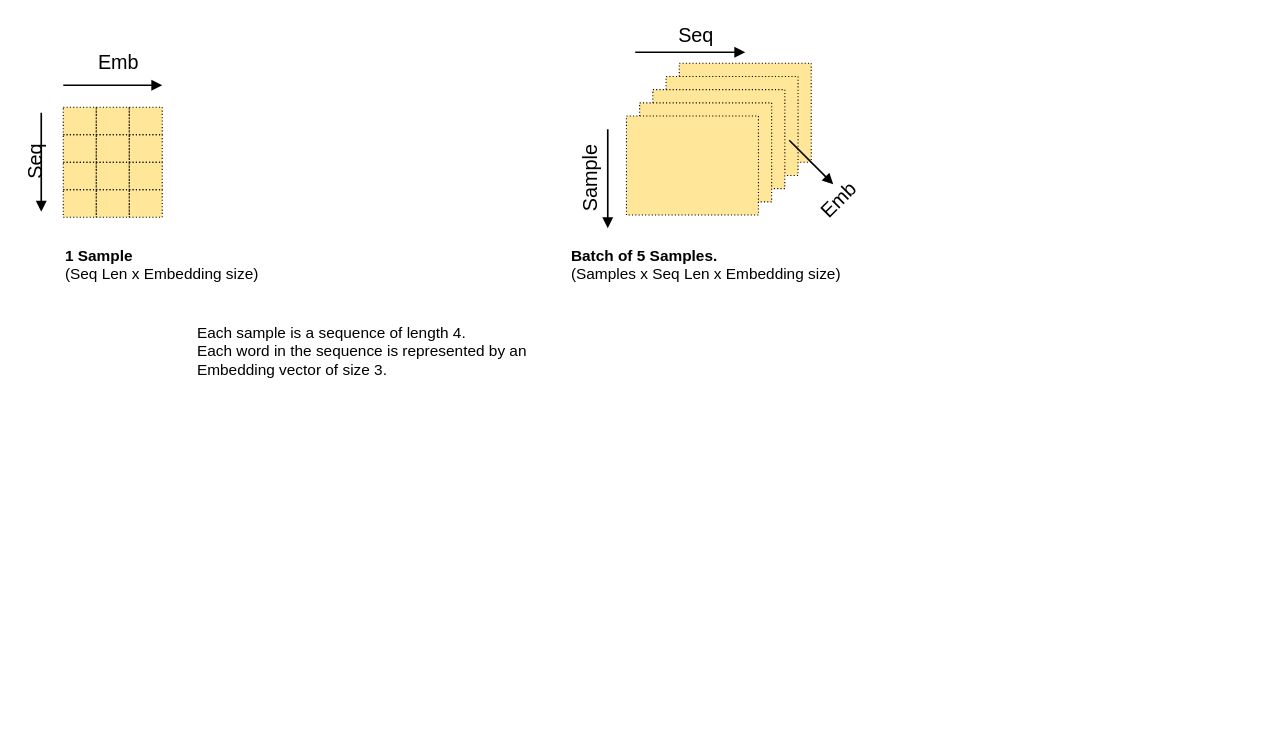
Earlier version of the draw.io diagram page "第 2 页" (2 of 3) of 未命名绘图.drawio (Zuofan/lean-readings). Source tidied: cells renumbered, new cells numbered last; positions are measured from the earlier drawing's top-left corner, leaving out a move shared by most shapes. Both pictures are drawn from the tidied source at 110%, with x=0, y=0 at pixel (8, 19).
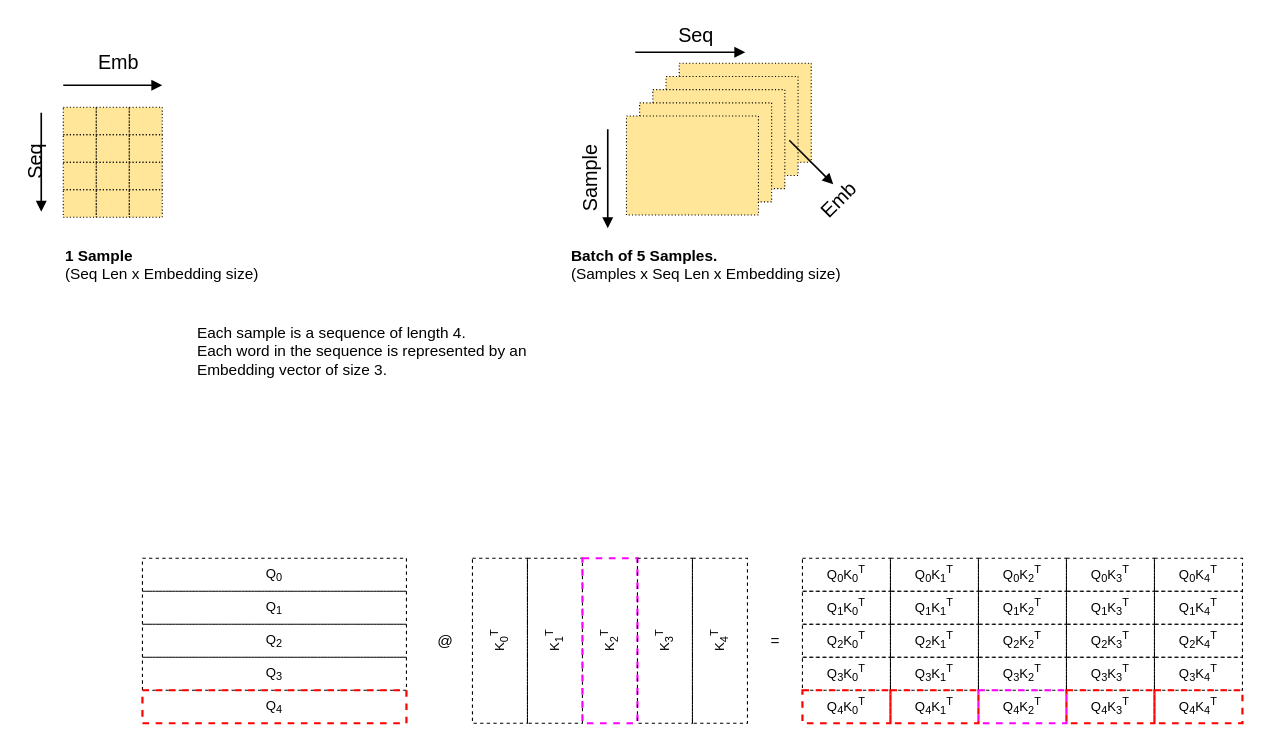
The same diagram, later.

Change to the diagram source:
```diff
@@
+    <mxCell id="33" value="Q&lt;sub&gt;0&lt;/sub&gt;" style="rounded=0;whiteSpace=wrap;html=1;dashed=1;fillColor=none;strokeColor=#000000;fontSize=12;" parent="1" vertex="1">
+      <mxGeometry x="122" y="490" width="240" height="30" as="geometry" />
+    </mxCell>
+    <mxCell id="34" value="Q&lt;sub&gt;1&lt;/sub&gt;" style="rounded=0;whiteSpace=wrap;html=1;dashed=1;fillColor=none;strokeColor=#000000;fontSize=12;" parent="1" vertex="1">
+      <mxGeometry x="122" y="520" width="240" height="30" as="geometry" />
+    </mxCell>
+    <mxCell id="35" value="Q&lt;sub&gt;2&lt;/sub&gt;" style="rounded=0;whiteSpace=wrap;html=1;dashed=1;fillColor=none;strokeColor=#000000;fontSize=12;" parent="1" vertex="1">
+      <mxGeometry x="122" y="550" width="240" height="30" as="geometry" />
+    </mxCell>
+    <mxCell id="36" value="Q&lt;sub&gt;3&lt;/sub&gt;" style="rounded=0;whiteSpace=wrap;html=1;dashed=1;fillColor=none;strokeColor=#000000;fontSize=12;" parent="1" vertex="1">
+      <mxGeometry x="122" y="580" width="240" height="30" as="geometry" />
+    </mxCell>
+    <mxCell id="37" value="Q&lt;sub&gt;4&lt;/sub&gt;" style="rounded=0;whiteSpace=wrap;html=1;dashed=1;fillColor=none;strokeColor=#FF0000;strokeWidth=2;fontSize=12;" parent="1" vertex="1">
+      <mxGeometry x="122" y="610" width="240" height="30" as="geometry" />
+    </mxCell>
+    <mxCell id="38" value="@" style="text;html=1;align=center;verticalAlign=middle;fontSize=14;" parent="1" vertex="1">
+      <mxGeometry x="382" y="550" width="30" height="30" as="geometry" />
+    </mxCell>
+    <mxCell id="39" value="K&lt;sub&gt;0&lt;/sub&gt;&lt;sup&gt;T&lt;/sup&gt;" style="rounded=0;whiteSpace=wrap;html=1;dashed=1;fillColor=none;strokeColor=#000000;fontSize=12;horizontal=0;" parent="1" vertex="1">
+      <mxGeometry x="422" y="490" width="50" height="150" as="geometry" />
+    </mxCell>
+    <mxCell id="40" value="K&lt;sub&gt;1&lt;/sub&gt;&lt;sup&gt;T&lt;/sup&gt;" style="rounded=0;whiteSpace=wrap;html=1;dashed=1;fillColor=none;strokeColor=#000000;fontSize=12;horizontal=0;" parent="1" vertex="1">
+      <mxGeometry x="472" y="490" width="50" height="150" as="geometry" />
+    </mxCell>
+    <mxCell id="41" value="K&lt;sub&gt;2&lt;/sub&gt;&lt;sup&gt;T&lt;/sup&gt;" style="rounded=0;whiteSpace=wrap;html=1;dashed=1;fillColor=none;strokeColor=#FF00FF;strokeWidth=2;fontSize=12;horizontal=0;" parent="1" vertex="1">
+      <mxGeometry x="522" y="490" width="50" height="150" as="geometry" />
+    </mxCell>
+    <mxCell id="42" value="K&lt;sub&gt;3&lt;/sub&gt;&lt;sup&gt;T&lt;/sup&gt;" style="rounded=0;whiteSpace=wrap;html=1;dashed=1;fillColor=none;strokeColor=#000000;fontSize=12;horizontal=0;" parent="1" vertex="1">
+      <mxGeometry x="572" y="490" width="50" height="150" as="geometry" />
+    </mxCell>
+    <mxCell id="43" value="K&lt;sub&gt;4&lt;/sub&gt;&lt;sup&gt;T&lt;/sup&gt;" style="rounded=0;whiteSpace=wrap;html=1;dashed=1;fillColor=none;strokeColor=#000000;fontSize=12;horizontal=0;" parent="1" vertex="1">
+      <mxGeometry x="622" y="490" width="50" height="150" as="geometry" />
+    </mxCell>
+    <mxCell id="44" value="=" style="text;html=1;align=center;verticalAlign=middle;fontSize=14;" parent="1" vertex="1">
+      <mxGeometry x="682" y="550" width="30" height="30" as="geometry" />
+    </mxCell>
+    <mxCell id="45" value="Q&lt;sub&gt;0&lt;/sub&gt;K&lt;sub&gt;0&lt;/sub&gt;&lt;sup&gt;T&lt;/sup&gt;" style="rounded=0;whiteSpace=wrap;html=1;dashed=1;fillColor=none;strokeColor=#000000;fontSize=12;" parent="1" vertex="1">
+      <mxGeometry x="722" y="490" width="80" height="30" as="geometry" />
+    </mxCell>
+    <mxCell id="46" value="Q&lt;sub&gt;0&lt;/sub&gt;K&lt;sub&gt;1&lt;/sub&gt;&lt;sup&gt;T&lt;/sup&gt;" style="rounded=0;whiteSpace=wrap;html=1;dashed=1;fillColor=none;strokeColor=#000000;fontSize=12;" parent="1" vertex="1">
+      <mxGeometry x="802" y="490" width="80" height="30" as="geometry" />
+    </mxCell>
+    <mxCell id="47" value="Q&lt;sub&gt;0&lt;/sub&gt;K&lt;sub&gt;2&lt;/sub&gt;&lt;sup&gt;T&lt;/sup&gt;" style="rounded=0;whiteSpace=wrap;html=1;dashed=1;fillColor=none;strokeColor=#000000;fontSize=12;" parent="1" vertex="1">
+      <mxGeometry x="882" y="490" width="80" height="30" as="geometry" />
+    </mxCell>
+    <mxCell id="48" value="Q&lt;sub&gt;0&lt;/sub&gt;K&lt;sub&gt;3&lt;/sub&gt;&lt;sup&gt;T&lt;/sup&gt;" style="rounded=0;whiteSpace=wrap;html=1;dashed=1;fillColor=none;strokeColor=#000000;fontSize=12;" parent="1" vertex="1">
+      <mxGeometry x="962" y="490" width="80" height="30" as="geometry" />
+    </mxCell>
+    <mxCell id="49" value="Q&lt;sub&gt;0&lt;/sub&gt;K&lt;sub&gt;4&lt;/sub&gt;&lt;sup&gt;T&lt;/sup&gt;" style="rounded=0;whiteSpace=wrap;html=1;dashed=1;fillColor=none;strokeColor=#000000;fontSize=12;" parent="1" vertex="1">
+      <mxGeometry x="1042" y="490" width="80" height="30" as="geometry" />
+    </mxCell>
+    <mxCell id="50" value="Q&lt;sub&gt;1&lt;/sub&gt;K&lt;sub&gt;0&lt;/sub&gt;&lt;sup&gt;T&lt;/sup&gt;" style="rounded=0;whiteSpace=wrap;html=1;dashed=1;fillColor=none;strokeColor=#000000;fontSize=12;" parent="1" vertex="1">
+      <mxGeometry x="722" y="520" width="80" height="30" as="geometry" />
+    </mxCell>
+    <mxCell id="51" value="Q&lt;sub&gt;1&lt;/sub&gt;K&lt;sub&gt;1&lt;/sub&gt;&lt;sup&gt;T&lt;/sup&gt;" style="rounded=0;whiteSpace=wrap;html=1;dashed=1;fillColor=none;strokeColor=#000000;fontSize=12;" parent="1" vertex="1">
+      <mxGeometry x="802" y="520" width="80" height="30" as="geometry" />
+    </mxCell>
+    <mxCell id="52" value="Q&lt;sub&gt;1&lt;/sub&gt;K&lt;sub&gt;2&lt;/sub&gt;&lt;sup&gt;T&lt;/sup&gt;" style="rounded=0;whiteSpace=wrap;html=1;dashed=1;fillColor=none;strokeColor=#000000;fontSize=12;" parent="1" vertex="1">
+      <mxGeometry x="882" y="520" width="80" height="30" as="geometry" />
+    </mxCell>
+    <mxCell id="53" value="Q&lt;sub&gt;1&lt;/sub&gt;K&lt;sub&gt;3&lt;/sub&gt;&lt;sup&gt;T&lt;/sup&gt;" style="rounded=0;whiteSpace=wrap;html=1;dashed=1;fillColor=none;strokeColor=#000000;fontSize=12;" parent="1" vertex="1">
+      <mxGeometry x="962" y="520" width="80" height="30" as="geometry" />
+    </mxCell>
+    <mxCell id="54" value="Q&lt;sub&gt;1&lt;/sub&gt;K&lt;sub&gt;4&lt;/sub&gt;&lt;sup&gt;T&lt;/sup&gt;" style="rounded=0;whiteSpace=wrap;html=1;dashed=1;fillColor=none;strokeColor=#000000;fontSize=12;" parent="1" vertex="1">
+      <mxGeometry x="1042" y="520" width="80" height="30" as="geometry" />
+    </mxCell>
+    <mxCell id="55" value="Q&lt;sub&gt;2&lt;/sub&gt;K&lt;sub&gt;0&lt;/sub&gt;&lt;sup&gt;T&lt;/sup&gt;" style="rounded=0;whiteSpace=wrap;html=1;dashed=1;fillColor=none;strokeColor=#000000;fontSize=12;" parent="1" vertex="1">
+      <mxGeometry x="722" y="550" width="80" height="30" as="geometry" />
+    </mxCell>
+    <mxCell id="56" value="Q&lt;sub&gt;2&lt;/sub&gt;K&lt;sub&gt;1&lt;/sub&gt;&lt;sup&gt;T&lt;/sup&gt;" style="rounded=0;whiteSpace=wrap;html=1;dashed=1;fillColor=none;strokeColor=#000000;fontSize=12;" parent="1" vertex="1">
+      <mxGeometry x="802" y="550" width="80" height="30" as="geometry" />
+    </mxCell>
+    <mxCell id="57" value="Q&lt;sub&gt;2&lt;/sub&gt;K&lt;sub&gt;2&lt;/sub&gt;&lt;sup&gt;T&lt;/sup&gt;" style="rounded=0;whiteSpace=wrap;html=1;dashed=1;fillColor=none;strokeColor=#000000;fontSize=12;" parent="1" vertex="1">
+      <mxGeometry x="882" y="550" width="80" height="30" as="geometry" />
+    </mxCell>
+    <mxCell id="58" value="Q&lt;sub&gt;2&lt;/sub&gt;K&lt;sub&gt;3&lt;/sub&gt;&lt;sup&gt;T&lt;/sup&gt;" style="rounded=0;whiteSpace=wrap;html=1;dashed=1;fillColor=none;strokeColor=#000000;fontSize=12;" parent="1" vertex="1">
+      <mxGeometry x="962" y="550" width="80" height="30" as="geometry" />
+    </mxCell>
+    <mxCell id="59" value="Q&lt;sub&gt;2&lt;/sub&gt;K&lt;sub&gt;4&lt;/sub&gt;&lt;sup&gt;T&lt;/sup&gt;" style="rounded=0;whiteSpace=wrap;html=1;dashed=1;fillColor=none;strokeColor=#000000;fontSize=12;" parent="1" vertex="1">
+      <mxGeometry x="1042" y="550" width="80" height="30" as="geometry" />
+    </mxCell>
+    <mxCell id="60" value="Q&lt;sub&gt;3&lt;/sub&gt;K&lt;sub&gt;0&lt;/sub&gt;&lt;sup&gt;T&lt;/sup&gt;" style="rounded=0;whiteSpace=wrap;html=1;dashed=1;fillColor=none;strokeColor=#000000;fontSize=12;" parent="1" vertex="1">
+      <mxGeometry x="722" y="580" width="80" height="30" as="geometry" />
+    </mxCell>
+    <mxCell id="61" value="Q&lt;sub&gt;3&lt;/sub&gt;K&lt;sub&gt;1&lt;/sub&gt;&lt;sup&gt;T&lt;/sup&gt;" style="rounded=0;whiteSpace=wrap;html=1;dashed=1;fillColor=none;strokeColor=#000000;fontSize=12;" parent="1" vertex="1">
+      <mxGeometry x="802" y="580" width="80" height="30" as="geometry" />
+    </mxCell>
+    <mxCell id="62" value="Q&lt;sub&gt;3&lt;/sub&gt;K&lt;sub&gt;2&lt;/sub&gt;&lt;sup&gt;T&lt;/sup&gt;" style="rounded=0;whiteSpace=wrap;html=1;dashed=1;fillColor=none;strokeColor=#000000;fontSize=12;" parent="1" vertex="1">
+      <mxGeometry x="882" y="580" width="80" height="30" as="geometry" />
+    </mxCell>
+    <mxCell id="63" value="Q&lt;sub&gt;3&lt;/sub&gt;K&lt;sub&gt;3&lt;/sub&gt;&lt;sup&gt;T&lt;/sup&gt;" style="rounded=0;whiteSpace=wrap;html=1;dashed=1;fillColor=none;strokeColor=#000000;fontSize=12;" parent="1" vertex="1">
+      <mxGeometry x="962" y="580" width="80" height="30" as="geometry" />
+    </mxCell>
+    <mxCell id="64" value="Q&lt;sub&gt;3&lt;/sub&gt;K&lt;sub&gt;4&lt;/sub&gt;&lt;sup&gt;T&lt;/sup&gt;" style="rounded=0;whiteSpace=wrap;html=1;dashed=1;fillColor=none;strokeColor=#000000;fontSize=12;" parent="1" vertex="1">
+      <mxGeometry x="1042" y="580" width="80" height="30" as="geometry" />
+    </mxCell>
+    <mxCell id="65" value="Q&lt;sub&gt;4&lt;/sub&gt;K&lt;sub&gt;0&lt;/sub&gt;&lt;sup&gt;T&lt;/sup&gt;" style="rounded=0;whiteSpace=wrap;html=1;dashed=1;fillColor=none;strokeColor=#FF0000;strokeWidth=2;fontSize=12;" parent="1" vertex="1">
+      <mxGeometry x="722" y="610" width="80" height="30" as="geometry" />
+    </mxCell>
+    <mxCell id="66" value="Q&lt;sub&gt;4&lt;/sub&gt;K&lt;sub&gt;1&lt;/sub&gt;&lt;sup&gt;T&lt;/sup&gt;" style="rounded=0;whiteSpace=wrap;html=1;dashed=1;fillColor=none;strokeColor=#FF0000;strokeWidth=2;fontSize=12;" parent="1" vertex="1">
+      <mxGeometry x="802" y="610" width="80" height="30" as="geometry" />
+    </mxCell>
+    <mxCell id="67" value="Q&lt;sub&gt;4&lt;/sub&gt;K&lt;sub&gt;2&lt;/sub&gt;&lt;sup&gt;T&lt;/sup&gt;" style="rounded=0;whiteSpace=wrap;html=1;dashed=1;fillColor=none;strokeColor=#FF00FF;strokeWidth=2;fontSize=12;" parent="1" vertex="1">
+      <mxGeometry x="882" y="610" width="80" height="30" as="geometry" />
+    </mxCell>
+    <mxCell id="68" value="Q&lt;sub&gt;4&lt;/sub&gt;K&lt;sub&gt;3&lt;/sub&gt;&lt;sup&gt;T&lt;/sup&gt;" style="rounded=0;whiteSpace=wrap;html=1;dashed=1;fillColor=none;strokeColor=#FF0000;strokeWidth=2;fontSize=12;" parent="1" vertex="1">
+      <mxGeometry x="962" y="610" width="80" height="30" as="geometry" />
+    </mxCell>
+    <mxCell id="69" value="Q&lt;sub&gt;4&lt;/sub&gt;K&lt;sub&gt;4&lt;/sub&gt;&lt;sup&gt;T&lt;/sup&gt;" style="rounded=0;whiteSpace=wrap;html=1;dashed=1;fillColor=none;strokeColor=#FF0000;strokeWidth=2;fontSize=12;" parent="1" vertex="1">
+      <mxGeometry x="1042" y="610" width="80" height="30" as="geometry" />
+    </mxCell>
```
